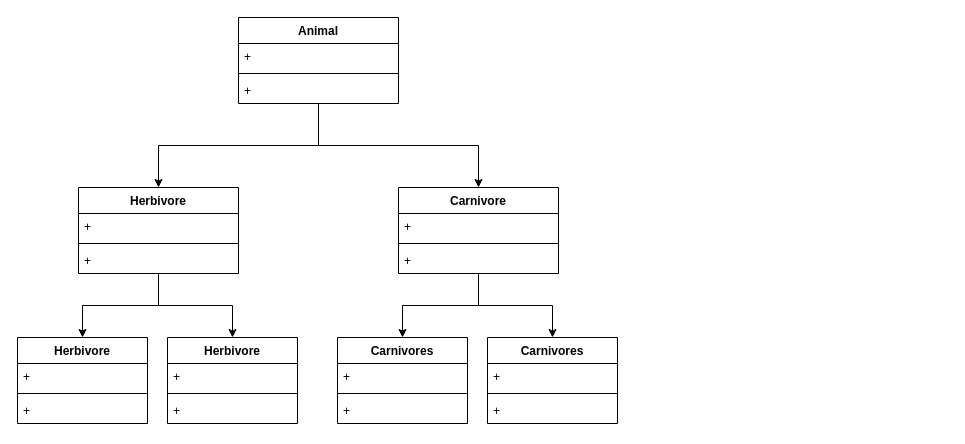
Earlier version of the draw.io diagram soft tech uml Diagram.drawio (summertx/uml). Source tidied: cells renumbered, new cells numbered last; positions are measured from the earlier drawing's top-left corner, leaving out a move shared by most shapes. Both pictures are drawn from the tidied source at 100%, with x=0, y=0 at pixel (17, 17).
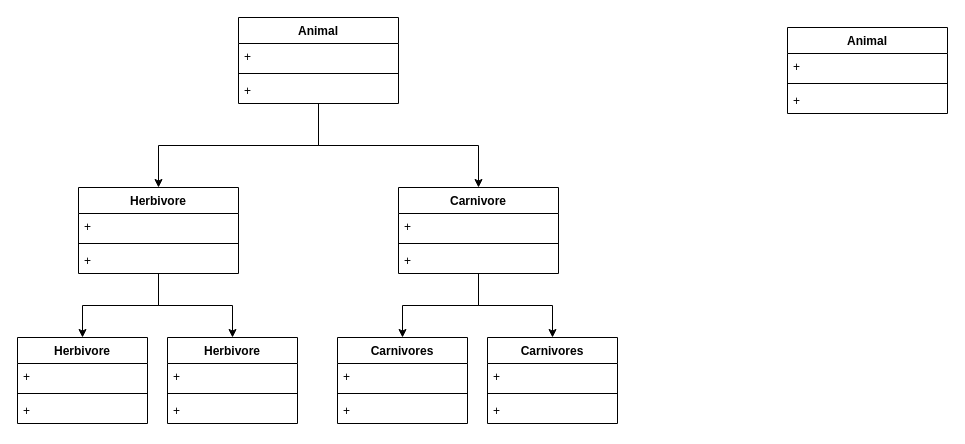
Above is the later version.

The edit, as a diff of the source:
```diff
@@
+    <mxCell id="36" value="Animal" style="swimlane;fontStyle=1;align=center;verticalAlign=top;horizontal=1;startSize=26;whiteSpace=wrap;html=1;" parent="1" vertex="1">
+      <mxGeometry x="770" y="10" width="160" height="86" as="geometry" />
+    </mxCell>
+    <mxCell id="37" value="+&amp;nbsp;" style="text;strokeColor=none;fillColor=none;align=left;verticalAlign=top;spacingLeft=4;spacingRight=4;overflow=hidden;whiteSpace=wrap;html=1;" parent="36" vertex="1">
+      <mxGeometry y="26" width="160" height="26" as="geometry" />
+    </mxCell>
+    <mxCell id="38" style="line;strokeWidth=1;fillColor=none;align=left;verticalAlign=middle;spacingTop=-1;spacingLeft=3;spacingRight=3;labelPosition=right;strokeColor=inherit;" parent="36" vertex="1">
+      <mxGeometry y="52" width="160" height="8" as="geometry" />
+    </mxCell>
+    <mxCell id="39" value="+" style="text;strokeColor=none;fillColor=none;align=left;verticalAlign=top;spacingLeft=4;spacingRight=4;overflow=hidden;whiteSpace=wrap;html=1;" parent="36" vertex="1">
+      <mxGeometry y="60" width="160" height="26" as="geometry" />
+    </mxCell>
```
